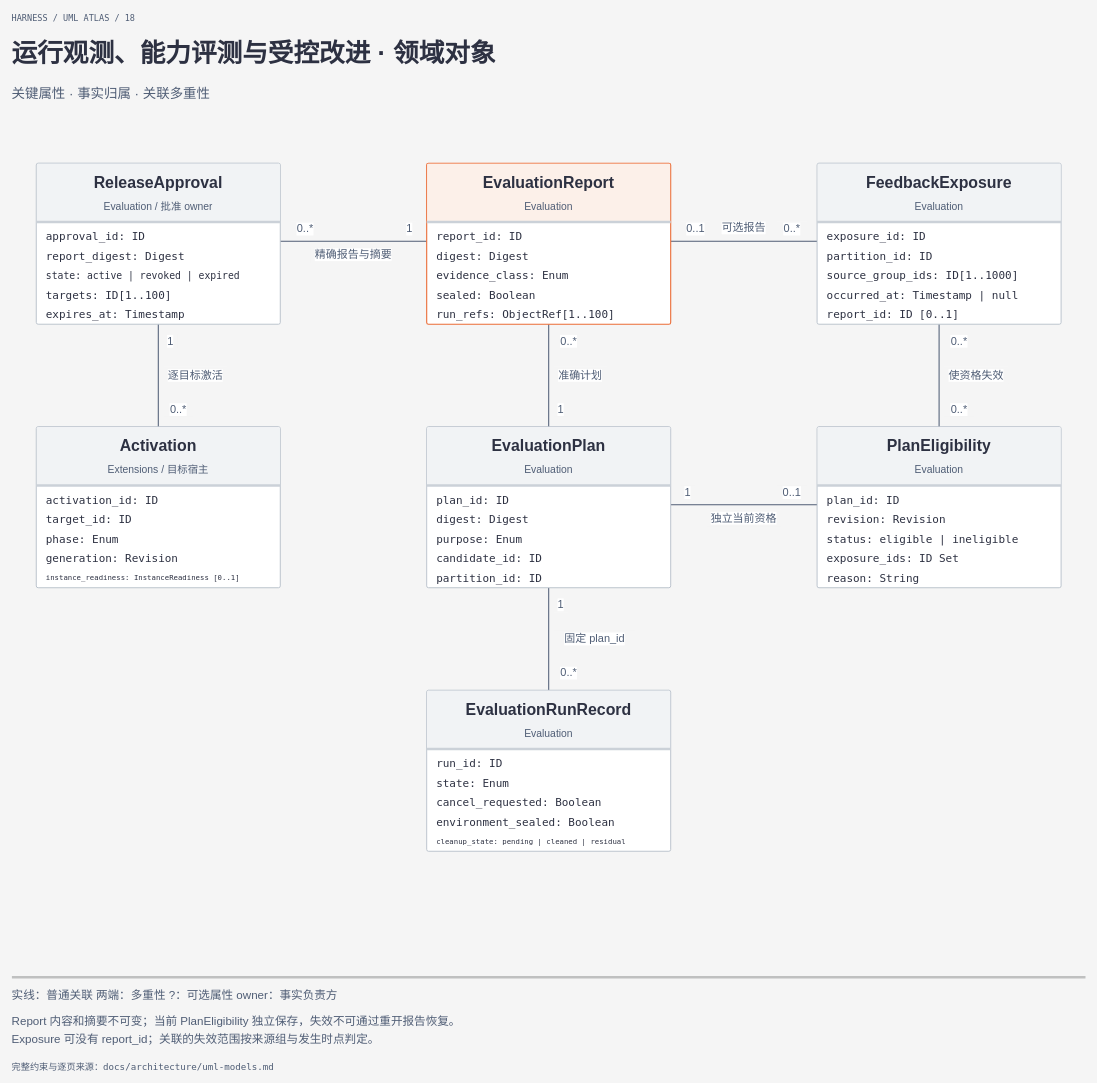
Above: page "18 运行观测、能力评测与受控改进 · 领域对象" (18 of 20) of docs/architecture/diagrams/uml-models.drawio in ruipengliu/lerna (draw.io), before the change. Source tidied: cells renumbered, new cells numbered last; positions are measured from the earlier drawing's top-left corner, leaving out a move shared by most shapes. Both pictures are drawn from the tidied source at 61%, with x=0, y=0 at pixel (12, 10).
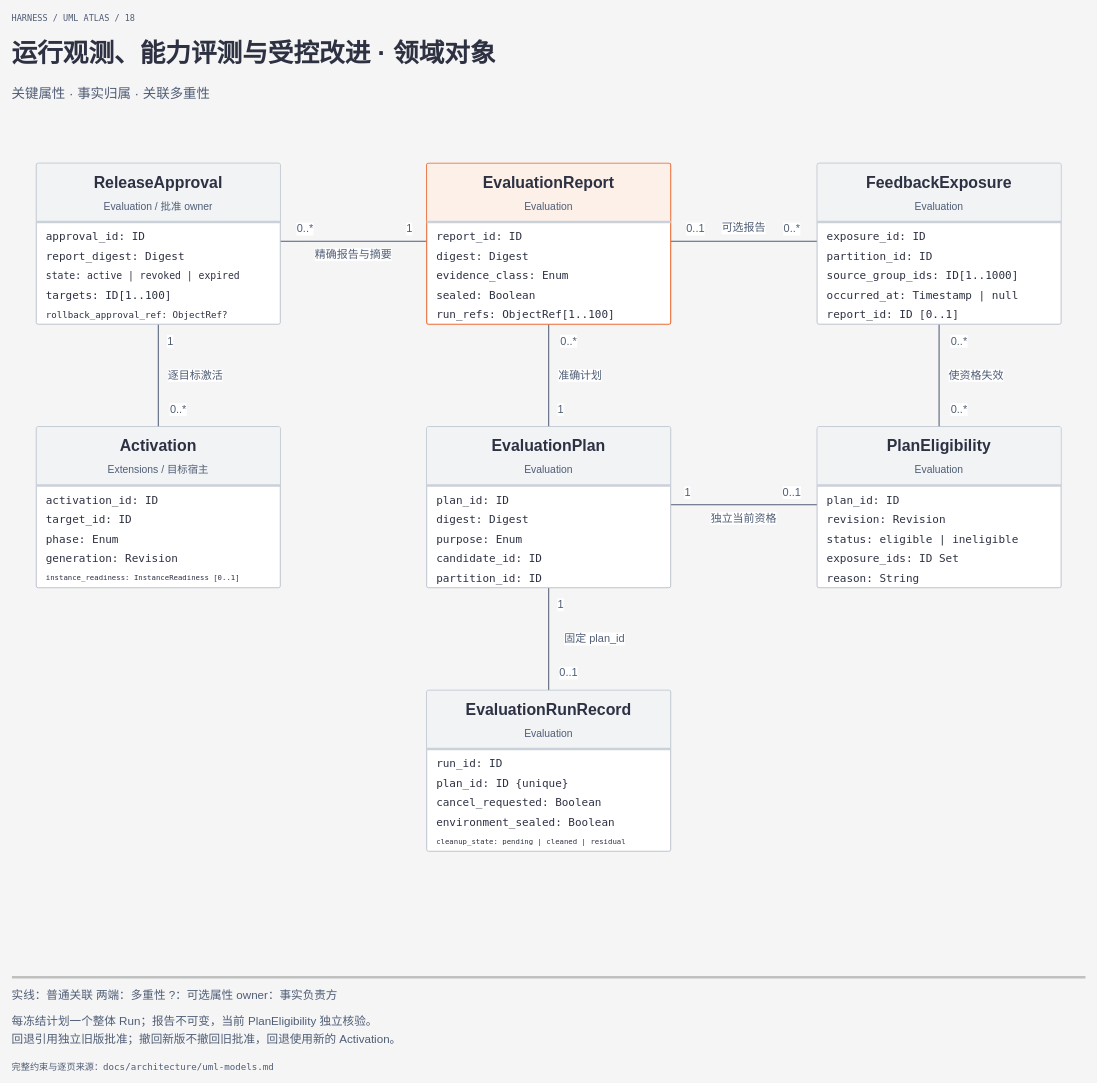
Above is the later version.

The change refers to these unchanged cells:
```xml
<mxCell id="2" style="edgeStyle=orthogonalEdgeStyle;rounded=1;arcSize=8;jettySize=0;html=0;strokeColor=#4f5d75;strokeWidth=1.7;endArrow=none;endFill=0;endSize=12;jumpStyle=arc;jumpSize=8;exitX=0.5;exitY=1.0;exitPerimeter=0;entryX=0.5;entryY=0.0;entryPerimeter=0;" parent="1" edge="1" source="33" target="43">
  <mxGeometry relative="1" as="geometry" />
</mxCell>
<mxCell id="43" style="rounded=1;absoluteArcSize=1;arcSize=6;fillColor=#ffffff;strokeColor=#aeb7c3;strokeWidth=1.3;" parent="1" vertex="1">
  <mxGeometry x="680" y="1114" width="400" height="264" as="geometry" />
</mxCell>
<mxCell id="83" style="rounded=1;absoluteArcSize=1;arcSize=6;fillColor=#ffffff;strokeColor=#aeb7c3;strokeWidth=1.3;" parent="1" vertex="1">
  <mxGeometry x="40" y="250" width="400" height="264" as="geometry" />
</mxCell>
```

What changed in the source:
```diff
@@
-    <mxCell id="13" value="0..*" style="edgeLabel;html=0;whiteSpace=wrap;fillColor=#f5f5f5;strokeColor=none;fontFamily=Geist, PingFang SC, Microsoft YaHei;fontSize=18;fontColor=#4f5d75;align=center;verticalAlign=middle;spacing=0;" parent="2" vertex="1">
+    <mxCell id="13" value="0..1" style="edgeLabel;html=0;whiteSpace=wrap;fillColor=#f5f5f5;strokeColor=none;fontFamily=Geist, PingFang SC, Microsoft YaHei;fontSize=18;fontColor=#4f5d75;align=center;verticalAlign=middle;spacing=0;" parent="2" vertex="1">
       <mxGeometry x="0.67" width="50" height="24" relative="1" as="geometry">
         <mxPoint x="8" y="-12" as="offset" />
       </mxGeometry>
     </mxCell>
@@
-    <mxCell id="49" value="state: Enum" style="text;html=0;whiteSpace=nowrap;overflow=hidden;strokeColor=none;fillColor=none;align=left;verticalAlign=middle;spacing=0;fontFamily=Geist Mono, Menlo, PingFang SC;fontSize=18;fontColor=#2d3142;fontStyle=0;" parent="43" vertex="1">
+    <mxCell id="49" value="plan_id: ID {unique}" style="text;html=0;whiteSpace=nowrap;overflow=hidden;strokeColor=none;fillColor=none;align=left;verticalAlign=middle;spacing=0;fontFamily=Geist Mono, Menlo, PingFang SC;fontSize=18;fontColor=#2d3142;fontStyle=0;" parent="43" vertex="1">
       <mxGeometry x="16" y="136" width="368" height="30" as="geometry" />
     </mxCell>
@@
-    <mxCell id="92" value="expires_at: Timestamp" style="text;html=0;whiteSpace=nowrap;overflow=hidden;strokeColor=none;fillColor=none;align=left;verticalAlign=middle;spacing=0;fontFamily=Geist Mono, Menlo, PingFang SC;fontSize=18;fontColor=#2d3142;fontStyle=0;" parent="83" vertex="1">
+    <mxCell id="92" value="rollback_approval_ref: ObjectRef?" style="text;html=0;whiteSpace=nowrap;overflow=hidden;strokeColor=none;fillColor=none;align=left;verticalAlign=middle;spacing=0;fontFamily=Geist Mono, Menlo, PingFang SC;fontSize=15;fontColor=#2d3142;fontStyle=0;" parent="83" vertex="1">
       <mxGeometry x="16" y="232" width="368" height="30" as="geometry" />
     </mxCell>
@@
-    <mxCell id="105" value="Report 内容和摘要不可变；当前 PlanEligibility 独立保存，失效不可通过重开报告恢复。" style="text;html=0;whiteSpace=wrap;overflow=hidden;strokeColor=none;fillColor=none;align=left;verticalAlign=middle;spacing=0;fontFamily=Geist, PingFang SC, Microsoft YaHei;fontSize=19;fontColor=#4f5d75;fontStyle=0;" parent="1" vertex="1">
+    <mxCell id="105" value="每冻结计划一个整体 Run；报告不可变，当前 PlanEligibility 独立核验。" style="text;html=0;whiteSpace=wrap;overflow=hidden;strokeColor=none;fillColor=none;align=left;verticalAlign=middle;spacing=0;fontFamily=Geist, PingFang SC, Microsoft YaHei;fontSize=19;fontColor=#4f5d75;fontStyle=0;" parent="1" vertex="1">
       <mxGeometry y="1643" width="1760" height="28" as="geometry" />
     </mxCell>
-    <mxCell id="106" value="Exposure 可没有 report_id；关联的失效范围按来源组与发生时点判定。" style="text;html=0;whiteSpace=wrap;overflow=hidden;strokeColor=none;fillColor=none;align=left;verticalAlign=middle;spacing=0;fontFamily=Geist, PingFang SC, Microsoft YaHei;fontSize=19;fontColor=#4f5d75;fontStyle=0;" parent="1" vertex="1">
+    <mxCell id="106" value="回退引用独立旧版批准；撤回新版不撤回旧批准，回退使用新的 Activation。" style="text;html=0;whiteSpace=wrap;overflow=hidden;strokeColor=none;fillColor=none;align=left;verticalAlign=middle;spacing=0;fontFamily=Geist, PingFang SC, Microsoft YaHei;fontSize=19;fontColor=#4f5d75;fontStyle=0;" parent="1" vertex="1">
       <mxGeometry y="1673" width="1760" height="28" as="geometry" />
     </mxCell>
```
